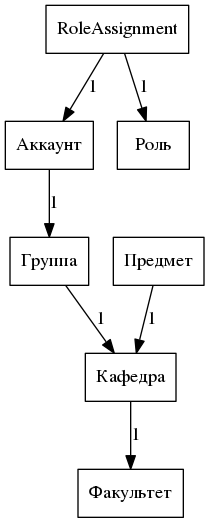
The Graphviz diagram graph.dot.png in NetCrackerO2/ScheduleProject, before a commit. Its source is kept beside it as graph.dot.
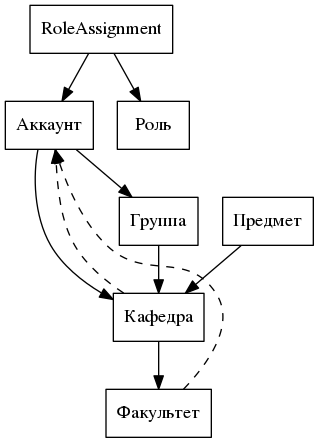
Above is the later version.

Diff of the diagram source:
```diff
@@ -1,14 +1,15 @@
 digraph G {
 	node [shape="box"];
 	{
-		edge[label="n",];
-	}
-	{
-		edge[label="1"];
 		Кафедра->Факультет;
 		Группа->Кафедра;
-		Аккаунт->Группа;
+		Аккаунт->{Группа,Кафедра};
 		RoleAssignment->{Аккаунт,Роль};
 		Предмет->Кафедра;
 	}
+	{
+		edge [style="dashed", constraint=false, weight=0];
+		Кафедра->Аккаунт;
+		Факультет->Аккаунт;
+	}
 }
```
